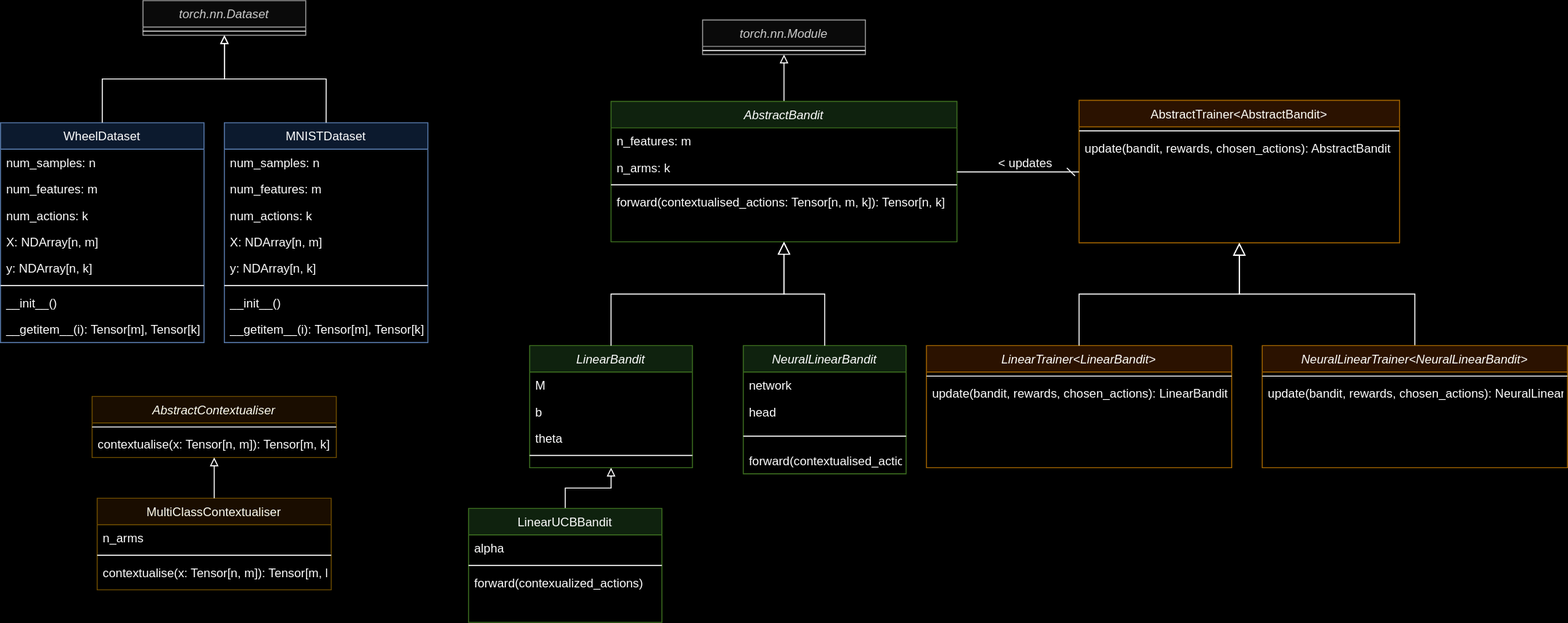
This is docs/architecture_12_12_2024.drawio.svg from philippkolbe/calvera, a draw.io export, as it was before one commit. Source tidied: cells renumbered, new cells last; positions are measured from the earlier drawing's top-left corner, leaving out a move shared by most shapes.
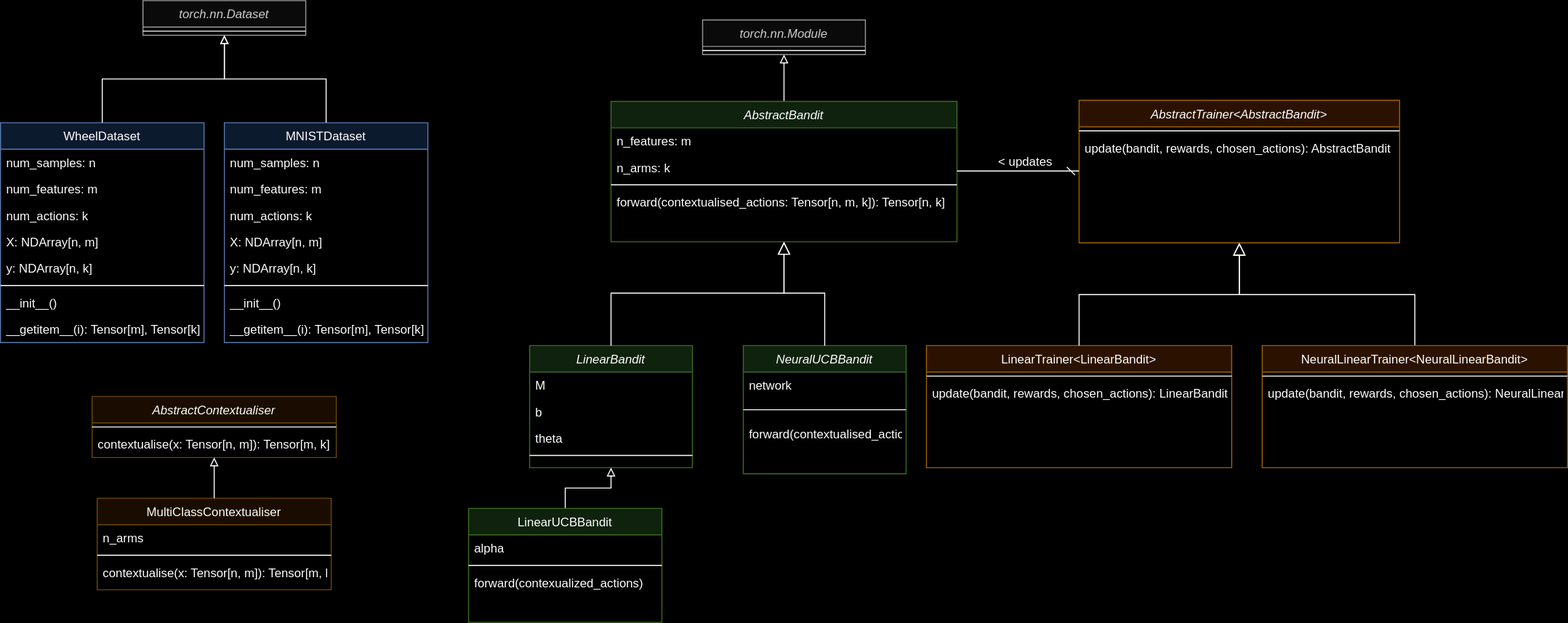
The same file after the commit.

Change to the diagram source:
```diff
@@ -41,25 +41,22 @@
     <mxCell id="14" style="endArrow=block;endSize=10;endFill=0;shadow=0;strokeWidth=1;rounded=0;curved=0;edgeStyle=elbowEdgeStyle;elbow=vertical;" parent="1" edge="1" source="9" target="3">
       <mxGeometry relative="1" as="geometry" />
     </mxCell>
-    <mxCell id="15" value="NeuralLinearBandit" style="swimlane;fontStyle=2;align=center;verticalAlign=top;horizontal=1;startSize=26;rounded=0;shadow=0;strokeWidth=1;fillColor=#d5e8d4;strokeColor=#82b366;" parent="1" vertex="1">
+    <mxCell id="15" value="NeuralUCBBandit" style="swimlane;fontStyle=2;align=center;verticalAlign=top;horizontal=1;startSize=26;rounded=0;shadow=0;strokeWidth=1;fillColor=#d5e8d4;strokeColor=#82b366;" parent="1" vertex="1">
       <mxGeometry x="730" y="339" width="160" height="126" as="geometry" />
     </mxCell>
     <mxCell id="16" value="network" style="text;align=left;verticalAlign=top;spacingLeft=4;spacingRight=4;overflow=hidden;" parent="15" vertex="1">
       <mxGeometry y="26" width="160" height="26" as="geometry" />
     </mxCell>
-    <mxCell id="17" value="head" style="text;align=left;verticalAlign=top;spacingLeft=4;spacingRight=4;overflow=hidden;" parent="15" vertex="1">
-      <mxGeometry y="52" width="160" height="26" as="geometry" />
-    </mxCell>
     <mxCell id="18" style="line;html=1;strokeWidth=1;align=left;verticalAlign=middle;spacingTop=-1;spacingLeft=3;spacingRight=3;labelPosition=right;" parent="15" vertex="1">
-      <mxGeometry y="78" width="160" height="22" as="geometry" />
+      <mxGeometry y="52" width="160" height="22" as="geometry" />
     </mxCell>
     <mxCell id="19" value="forward(contextualised_actions)" style="text;align=left;verticalAlign=top;spacingLeft=4;spacingRight=4;overflow=hidden;" parent="15" vertex="1">
-      <mxGeometry y="100" width="160" height="26" as="geometry" />
+      <mxGeometry y="74" width="160" height="26" as="geometry" />
     </mxCell>
     <mxCell id="20" style="endArrow=block;endSize=10;endFill=0;shadow=0;strokeWidth=1;rounded=0;curved=0;edgeStyle=elbowEdgeStyle;elbow=vertical;" parent="1" edge="1" source="15" target="3">
       <mxGeometry relative="1" as="geometry" />
     </mxCell>
-    <mxCell id="21" value="AbstractTrainer&lt;AbstractBandit&gt;" style="swimlane;fontStyle=0;align=center;verticalAlign=top;horizontal=1;startSize=26;rounded=0;shadow=0;strokeWidth=1;fillColor=#ffe6cc;strokeColor=#d79b00;" parent="1" vertex="1">
+    <mxCell id="21" value="AbstractTrainer&lt;AbstractBandit&gt;" style="swimlane;fontStyle=2;align=center;verticalAlign=top;horizontal=1;startSize=26;rounded=0;shadow=0;strokeWidth=1;fillColor=#ffe6cc;strokeColor=#d79b00;" parent="1" vertex="1">
       <mxGeometry x="1060" y="98" width="315" height="140" as="geometry" />
     </mxCell>
     <mxCell id="22" style="line;html=1;strokeWidth=1;align=left;verticalAlign=middle;spacingTop=-1;spacingLeft=3;spacingRight=3;labelPosition=right;" parent="21" vertex="1">
@@ -96,7 +93,7 @@
     <mxCell id="31" value="forward(contexualized_actions)" style="text;align=left;verticalAlign=top;spacingLeft=4;spacingRight=4;overflow=hidden;" parent="28" vertex="1">
       <mxGeometry y="60" width="190" height="26" as="geometry" />
     </mxCell>
-    <mxCell id="32" value="LinearTrainer&lt;LinearBandit&gt;" style="swimlane;fontStyle=2;align=center;verticalAlign=top;horizontal=1;startSize=26;rounded=0;shadow=0;strokeWidth=1;fillColor=#ffe6cc;strokeColor=#d79b00;" parent="1" vertex="1">
+    <mxCell id="32" value="LinearTrainer&lt;LinearBandit&gt;" style="swimlane;fontStyle=0;align=center;verticalAlign=top;horizontal=1;startSize=26;rounded=0;shadow=0;strokeWidth=1;fillColor=#ffe6cc;strokeColor=#d79b00;" parent="1" vertex="1">
       <mxGeometry x="910" y="339" width="300" height="120" as="geometry" />
     </mxCell>
     <mxCell id="33" style="line;html=1;strokeWidth=1;align=left;verticalAlign=middle;spacingTop=-1;spacingLeft=3;spacingRight=3;labelPosition=right;" parent="32" vertex="1">
@@ -111,7 +108,7 @@
     <mxCell id="36" style="endArrow=block;endSize=10;endFill=0;shadow=0;strokeWidth=1;rounded=0;curved=0;edgeStyle=elbowEdgeStyle;elbow=vertical;entryX=0.5;entryY=1;entryDx=0;entryDy=0;exitX=0.5;exitY=0;exitDx=0;exitDy=0;" parent="1" edge="1" source="37" target="21">
       <mxGeometry relative="1" as="geometry" />
     </mxCell>
-    <mxCell id="37" value="NeuralLinearTrainer&lt;NeuralLinearBandit&gt;" style="swimlane;fontStyle=2;align=center;verticalAlign=top;horizontal=1;startSize=26;rounded=0;shadow=0;strokeWidth=1;fillColor=#ffe6cc;strokeColor=#d79b00;" parent="1" vertex="1">
+    <mxCell id="37" value="NeuralLinearTrainer&lt;NeuralLinearBandit&gt;" style="swimlane;fontStyle=0;align=center;verticalAlign=top;horizontal=1;startSize=26;rounded=0;shadow=0;strokeWidth=1;fillColor=#ffe6cc;strokeColor=#d79b00;" parent="1" vertex="1">
       <mxGeometry x="1240" y="339" width="300" height="120" as="geometry" />
     </mxCell>
     <mxCell id="38" style="line;html=1;strokeWidth=1;align=left;verticalAlign=middle;spacingTop=-1;spacingLeft=3;spacingRight=3;labelPosition=right;" parent="37" vertex="1">
```
